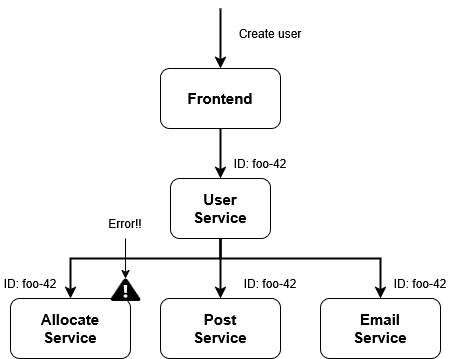
Above: public/microservices-in-depth/click_cart_correlation_ids.png in gmunumel/personal-blog (draw.io), before the change. Source tidied: cells renumbered, new cells last; positions are measured from the earlier drawing's top-left corner, leaving out a move shared by most shapes. The source it was exported from:
```xml
<mxGraphModel>
  <root>
    <mxCell id="0" />
    <mxCell id="1" parent="0" />
    <mxCell id="2" style="edgeStyle=orthogonalEdgeStyle;rounded=0;jettySize=auto;html=1;strokeWidth=2;" parent="1" edge="1" source="3" target="7">
      <mxGeometry relative="1" as="geometry" />
    </mxCell>
    <mxCell id="3" value="User&lt;br&gt;Service" style="rounded=1;whiteSpace=wrap;html=1;fontSize=15;fontStyle=1;" parent="1" vertex="1">
      <mxGeometry x="170" y="170" width="100" height="60" as="geometry" />
    </mxCell>
    <mxCell id="4" style="edgeStyle=orthogonalEdgeStyle;rounded=0;jettySize=auto;html=1;strokeWidth=2;" parent="1" edge="1" source="5" target="3">
      <mxGeometry relative="1" as="geometry" />
    </mxCell>
    <mxCell id="5" value="Frontend" style="rounded=1;whiteSpace=wrap;html=1;fontSize=15;fontStyle=1;" parent="1" vertex="1">
      <mxGeometry x="160" y="60" width="120" height="60" as="geometry" />
    </mxCell>
    <mxCell id="6" value="Allocate&lt;br&gt;Service" style="rounded=1;whiteSpace=wrap;html=1;fontSize=15;fontStyle=1;" parent="1" vertex="1">
      <mxGeometry x="10" y="290" width="120" height="60" as="geometry" />
    </mxCell>
    <mxCell id="7" value="Post&lt;br&gt;Service" style="rounded=1;whiteSpace=wrap;html=1;fontSize=15;fontStyle=1;" parent="1" vertex="1">
      <mxGeometry x="160" y="290" width="120" height="60" as="geometry" />
    </mxCell>
    <mxCell id="8" value="Email&lt;br&gt;Service" style="rounded=1;whiteSpace=wrap;html=1;fontSize=15;fontStyle=1;" parent="1" vertex="1">
      <mxGeometry x="320" y="290" width="120" height="60" as="geometry" />
    </mxCell>
    <mxCell id="9" value="Create user" style="text;html=1;align=center;verticalAlign=middle;whiteSpace=wrap;rounded=0;" parent="1" vertex="1">
      <mxGeometry x="210" y="10" width="120" height="30" as="geometry" />
    </mxCell>
    <mxCell id="10" style="endArrow=classic;html=1;rounded=0;entryX=0.5;entryY=0;entryDx=0;entryDy=0;strokeWidth=2;" parent="1" edge="1" target="5">
      <mxGeometry relative="1" as="geometry">
        <mxPoint x="220" as="sourcePoint" />
      </mxGeometry>
    </mxCell>
    <mxCell id="11" style="endArrow=classic;html=1;rounded=0;exitX=0.5;exitY=1;exitDx=0;exitDy=0;entryX=0.5;entryY=0;entryDx=0;entryDy=0;strokeWidth=2;" parent="1" edge="1" source="3" target="8">
      <mxGeometry relative="1" as="geometry">
        <Array as="points">
          <mxPoint x="220" y="250" />
          <mxPoint x="380" y="250" />
        </Array>
      </mxGeometry>
    </mxCell>
    <mxCell id="12" style="endArrow=classic;html=1;rounded=0;entryX=0.5;entryY=0;entryDx=0;entryDy=0;exitX=0.5;exitY=1;exitDx=0;exitDy=0;strokeWidth=2;" parent="1" edge="1" source="3" target="6">
      <mxGeometry relative="1" as="geometry">
        <Array as="points">
          <mxPoint x="220" y="250" />
          <mxPoint x="70" y="250" />
        </Array>
      </mxGeometry>
    </mxCell>
    <mxCell id="13" value="ID: foo-42" style="text;html=1;align=center;verticalAlign=middle;whiteSpace=wrap;rounded=0;" parent="1" vertex="1">
      <mxGeometry x="390" y="260" width="60" height="30" as="geometry" />
    </mxCell>
    <mxCell id="14" value="ID: foo-42" style="text;html=1;align=center;verticalAlign=middle;whiteSpace=wrap;rounded=0;" parent="1" vertex="1">
      <mxGeometry x="240" y="260" width="60" height="30" as="geometry" />
    </mxCell>
    <mxCell id="15" value="ID: foo-42" style="text;html=1;align=center;verticalAlign=middle;whiteSpace=wrap;rounded=0;" parent="1" vertex="1">
      <mxGeometry y="260" width="60" height="30" as="geometry" />
    </mxCell>
    <mxCell id="16" value="ID: foo-42" style="text;html=1;align=center;verticalAlign=middle;whiteSpace=wrap;rounded=0;" parent="1" vertex="1">
      <mxGeometry x="230" y="140" width="60" height="30" as="geometry" />
    </mxCell>
    <mxCell id="17" style="verticalLabelPosition=bottom;html=1;verticalAlign=top;align=center;strokeColor=none;fillColor=light-dark(#000000,#FFFFFF);shape=mxgraph.azure.azure_alert;" parent="1" vertex="1">
      <mxGeometry x="110" y="270" width="30" height="22.5" as="geometry" />
    </mxCell>
    <mxCell id="18" style="endArrow=classic;html=1;rounded=0;entryX=0.5;entryY=0;entryDx=0;entryDy=0;entryPerimeter=0;exitX=0.5;exitY=1;exitDx=0;exitDy=0;" parent="1" edge="1" source="19" target="17">
      <mxGeometry relative="1" as="geometry" />
    </mxCell>
    <mxCell id="19" value="Error!!" style="text;html=1;align=center;verticalAlign=middle;whiteSpace=wrap;rounded=0;" parent="1" vertex="1">
      <mxGeometry x="95" y="200" width="60" height="30" as="geometry" />
    </mxCell>
  </root>
</mxGraphModel>
```
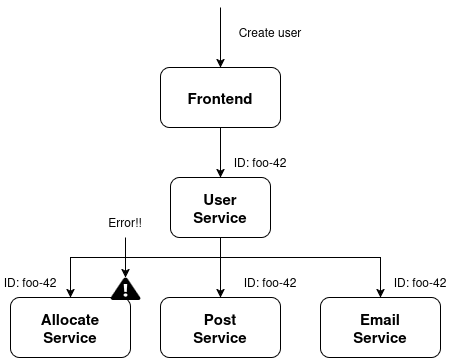
After the change.

The edit, as a diff of the source:
```diff
@@ -2,13 +2,13 @@
   <root>
     <mxCell id="0" />
     <mxCell id="1" parent="0" />
-    <mxCell id="2" style="edgeStyle=orthogonalEdgeStyle;rounded=0;jettySize=auto;html=1;strokeWidth=2;" parent="1" edge="1" source="3" target="7">
+    <mxCell id="2" style="edgeStyle=orthogonalEdgeStyle;rounded=0;jettySize=auto;html=1;strokeWidth=1;" parent="1" edge="1" source="3" target="7">
       <mxGeometry relative="1" as="geometry" />
     </mxCell>
     <mxCell id="3" value="User&lt;br&gt;Service" style="rounded=1;whiteSpace=wrap;html=1;fontSize=15;fontStyle=1;" parent="1" vertex="1">
       <mxGeometry x="170" y="170" width="100" height="60" as="geometry" />
     </mxCell>
-    <mxCell id="4" style="edgeStyle=orthogonalEdgeStyle;rounded=0;jettySize=auto;html=1;strokeWidth=2;" parent="1" edge="1" source="5" target="3">
+    <mxCell id="4" style="edgeStyle=orthogonalEdgeStyle;rounded=0;jettySize=auto;html=1;strokeWidth=1;" parent="1" edge="1" source="5" target="3">
       <mxGeometry relative="1" as="geometry" />
     </mxCell>
     <mxCell id="5" value="Frontend" style="rounded=1;whiteSpace=wrap;html=1;fontSize=15;fontStyle=1;" parent="1" vertex="1">
@@ -26,12 +26,12 @@
     <mxCell id="9" value="Create user" style="text;html=1;align=center;verticalAlign=middle;whiteSpace=wrap;rounded=0;" parent="1" vertex="1">
       <mxGeometry x="210" y="10" width="120" height="30" as="geometry" />
     </mxCell>
-    <mxCell id="10" style="endArrow=classic;html=1;rounded=0;entryX=0.5;entryY=0;entryDx=0;entryDy=0;strokeWidth=2;" parent="1" edge="1" target="5">
+    <mxCell id="10" style="endArrow=classic;html=1;rounded=0;entryX=0.5;entryY=0;entryDx=0;entryDy=0;strokeWidth=1;" parent="1" edge="1" target="5">
       <mxGeometry relative="1" as="geometry">
         <mxPoint x="220" as="sourcePoint" />
       </mxGeometry>
     </mxCell>
-    <mxCell id="11" style="endArrow=classic;html=1;rounded=0;exitX=0.5;exitY=1;exitDx=0;exitDy=0;entryX=0.5;entryY=0;entryDx=0;entryDy=0;strokeWidth=2;" parent="1" edge="1" source="3" target="8">
+    <mxCell id="11" style="endArrow=classic;html=1;rounded=0;exitX=0.5;exitY=1;exitDx=0;exitDy=0;entryX=0.5;entryY=0;entryDx=0;entryDy=0;strokeWidth=1;" parent="1" edge="1" source="3" target="8">
       <mxGeometry relative="1" as="geometry">
         <Array as="points">
           <mxPoint x="220" y="250" />
@@ -39,7 +39,7 @@
         </Array>
       </mxGeometry>
     </mxCell>
-    <mxCell id="12" style="endArrow=classic;html=1;rounded=0;entryX=0.5;entryY=0;entryDx=0;entryDy=0;exitX=0.5;exitY=1;exitDx=0;exitDy=0;strokeWidth=2;" parent="1" edge="1" source="3" target="6">
+    <mxCell id="12" style="endArrow=classic;html=1;rounded=0;entryX=0.5;entryY=0;entryDx=0;entryDy=0;exitX=0.5;exitY=1;exitDx=0;exitDy=0;strokeWidth=1;" parent="1" edge="1" source="3" target="6">
       <mxGeometry relative="1" as="geometry">
         <Array as="points">
           <mxPoint x="220" y="250" />
```
